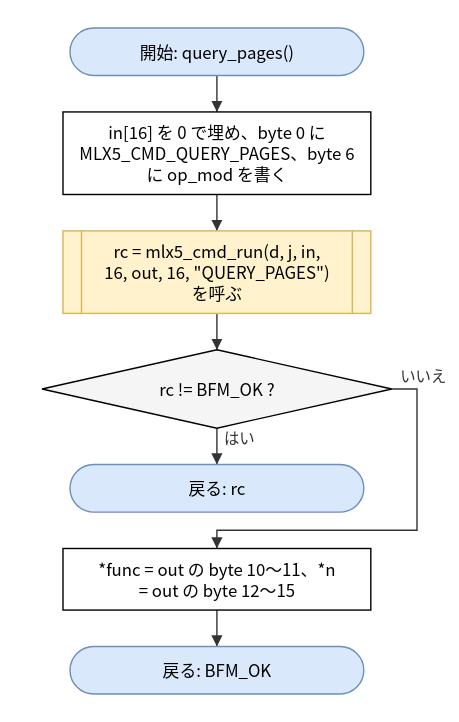
Before: doc/spec/images/flow_src_mlx5_hca-query_pages.drawio.svg, a diagram exported from draw.io (hf355051012-ai/bfmem). Source tidied: cells renumbered, new cells last; positions are measured from the earlier drawing's top-left corner, leaving out a move shared by most shapes.
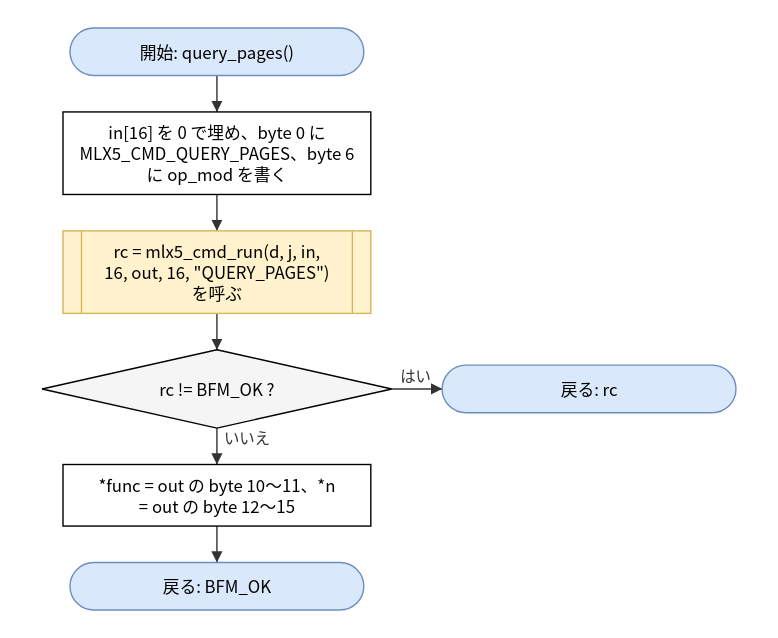
Later version of the same file.

Change to the diagram source:
```diff
@@ -15,13 +15,13 @@
       <mxGeometry y="230" width="250" height="56" as="geometry" />
     </mxCell>
     <mxCell id="6" value="戻る: rc" style="rounded=1;arcSize=50;whiteSpace=wrap;html=1;fillColor=#dae8fc;strokeColor=#6c8ebf;" parent="1" vertex="1">
-      <mxGeometry x="20" y="312" width="210" height="34" as="geometry" />
+      <mxGeometry x="286" y="241" width="210" height="34" as="geometry" />
     </mxCell>
     <mxCell id="7" value="*func = out の byte 10〜11、*n&lt;br&gt;= out の byte 12〜15" style="rounded=0;whiteSpace=wrap;html=1;" parent="1" vertex="1">
-      <mxGeometry x="15" y="372" width="220" height="44" as="geometry" />
+      <mxGeometry x="15" y="312" width="220" height="44" as="geometry" />
     </mxCell>
     <mxCell id="8" value="戻る: BFM_OK" style="rounded=1;arcSize=50;whiteSpace=wrap;html=1;fillColor=#dae8fc;strokeColor=#6c8ebf;" parent="1" vertex="1">
-      <mxGeometry x="20" y="442" width="210" height="34" as="geometry" />
+      <mxGeometry x="20" y="382" width="210" height="34" as="geometry" />
     </mxCell>
     <mxCell id="9" style="edgeStyle=none;html=1;rounded=0;endArrow=block;endFill=1;exitX=0.5000;exitY=1.0000;exitDx=0;exitDy=0;exitPerimeter=0;entryX=0.5000;entryY=0.0000;entryDx=0;entryDy=0;entryPerimeter=0;" parent="1" edge="1" source="2" target="3">
       <mxGeometry relative="1" as="geometry" />
@@ -32,17 +32,11 @@
     <mxCell id="11" style="edgeStyle=none;html=1;rounded=0;endArrow=block;endFill=1;exitX=0.5000;exitY=1.0000;exitDx=0;exitDy=0;exitPerimeter=0;entryX=0.5000;entryY=0.0000;entryDx=0;entryDy=0;entryPerimeter=0;" parent="1" edge="1" source="4" target="5">
       <mxGeometry relative="1" as="geometry" />
     </mxCell>
-    <mxCell id="12" value="はい" style="edgeStyle=none;html=1;rounded=0;endArrow=block;endFill=1;exitX=0.5000;exitY=1.0000;exitDx=0;exitDy=0;exitPerimeter=0;entryX=0.5000;entryY=0.0000;entryDx=0;entryDy=0;entryPerimeter=0;" parent="1" edge="1" source="5" target="6">
+    <mxCell id="12" value="はい" style="edgeStyle=none;html=1;rounded=0;endArrow=block;endFill=1;exitX=1.0000;exitY=0.5000;exitDx=0;exitDy=0;exitPerimeter=0;entryX=0.0000;entryY=0.5000;entryDx=0;entryDy=0;entryPerimeter=0;" parent="1" edge="1" source="5" target="6">
       <mxGeometry relative="1" as="geometry" />
     </mxCell>
-    <mxCell id="13" value="いいえ" style="edgeStyle=none;html=1;rounded=0;endArrow=block;endFill=1;exitX=1.0000;exitY=0.5000;exitDx=0;exitDy=0;exitPerimeter=0;entryX=0.5000;entryY=0.0000;entryDx=0;entryDy=0;entryPerimeter=0;" parent="1" edge="1" source="5" target="7">
-      <mxGeometry relative="1" as="geometry">
-        <Array as="points">
-          <mxPoint x="268" y="258" />
-          <mxPoint x="268" y="359" />
-          <mxPoint x="125" y="359" />
-        </Array>
-      </mxGeometry>
+    <mxCell id="13" value="いいえ" style="edgeStyle=none;html=1;rounded=0;endArrow=block;endFill=1;exitX=0.5000;exitY=1.0000;exitDx=0;exitDy=0;exitPerimeter=0;entryX=0.5000;entryY=0.0000;entryDx=0;entryDy=0;entryPerimeter=0;" parent="1" edge="1" source="5" target="7">
+      <mxGeometry relative="1" as="geometry" />
     </mxCell>
     <mxCell id="14" style="edgeStyle=none;html=1;rounded=0;endArrow=block;endFill=1;exitX=0.5000;exitY=1.0000;exitDx=0;exitDy=0;exitPerimeter=0;entryX=0.5000;entryY=0.0000;entryDx=0;entryDy=0;entryPerimeter=0;" parent="1" edge="1" source="7" target="8">
       <mxGeometry relative="1" as="geometry" />
```
